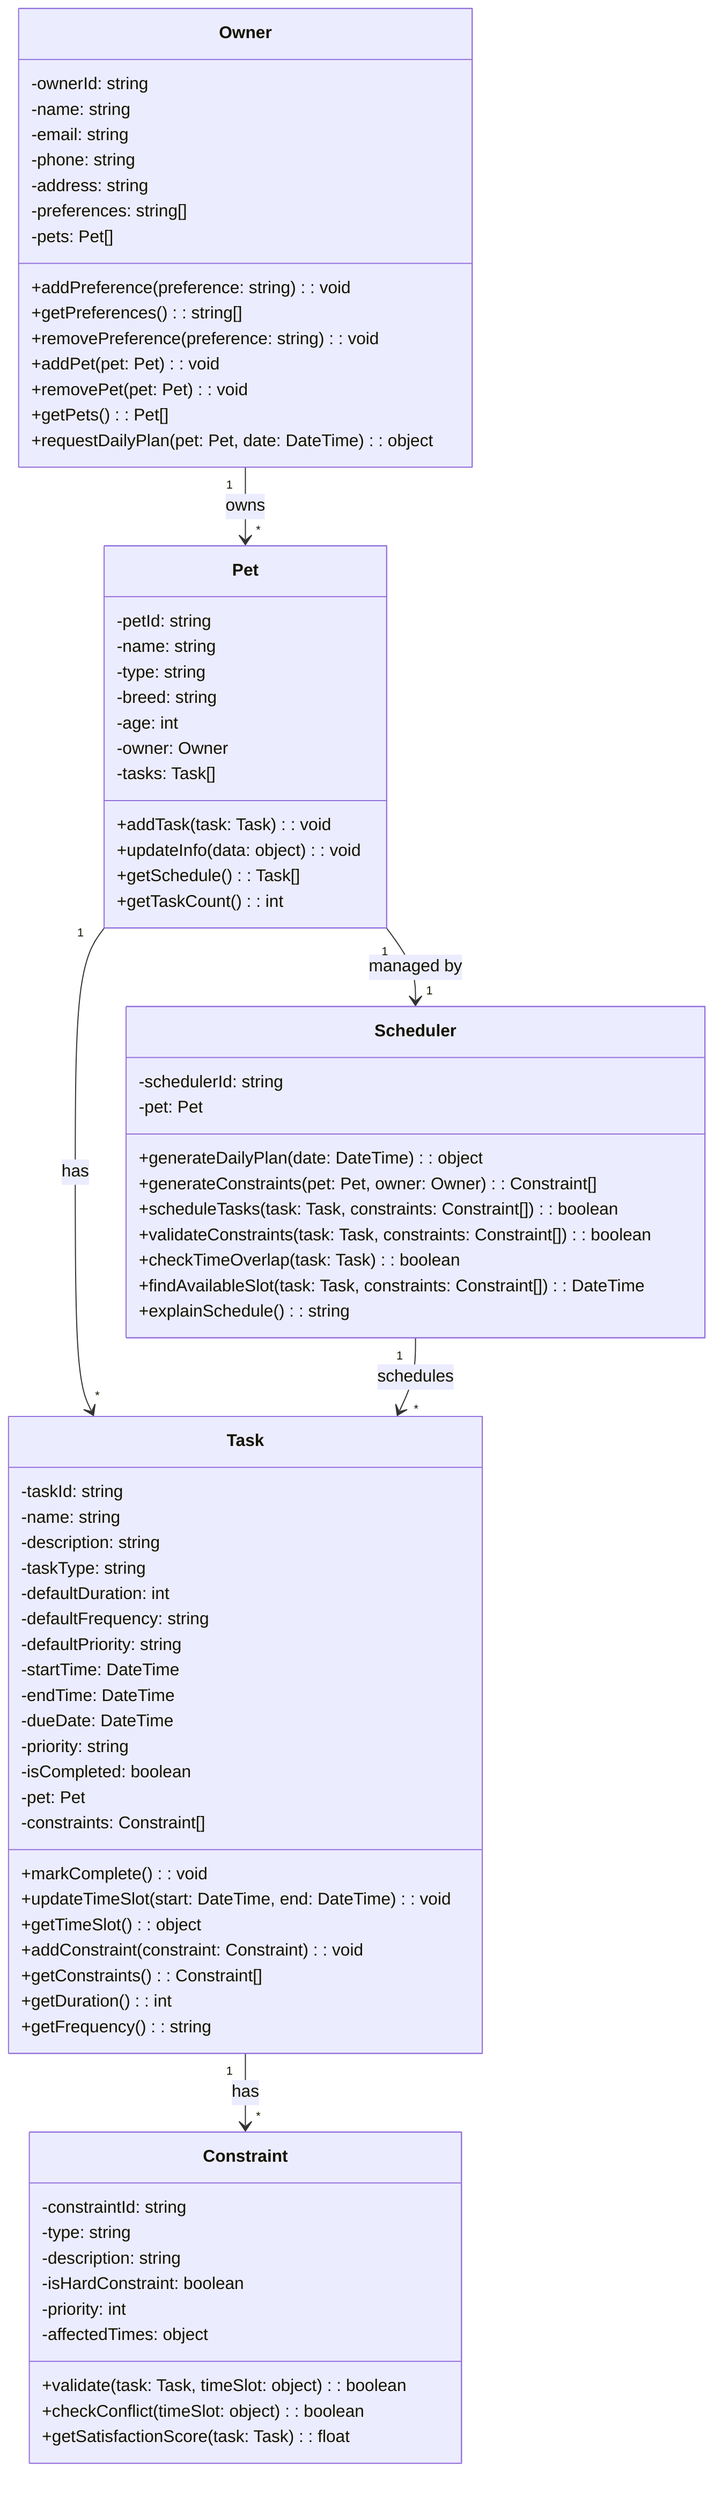
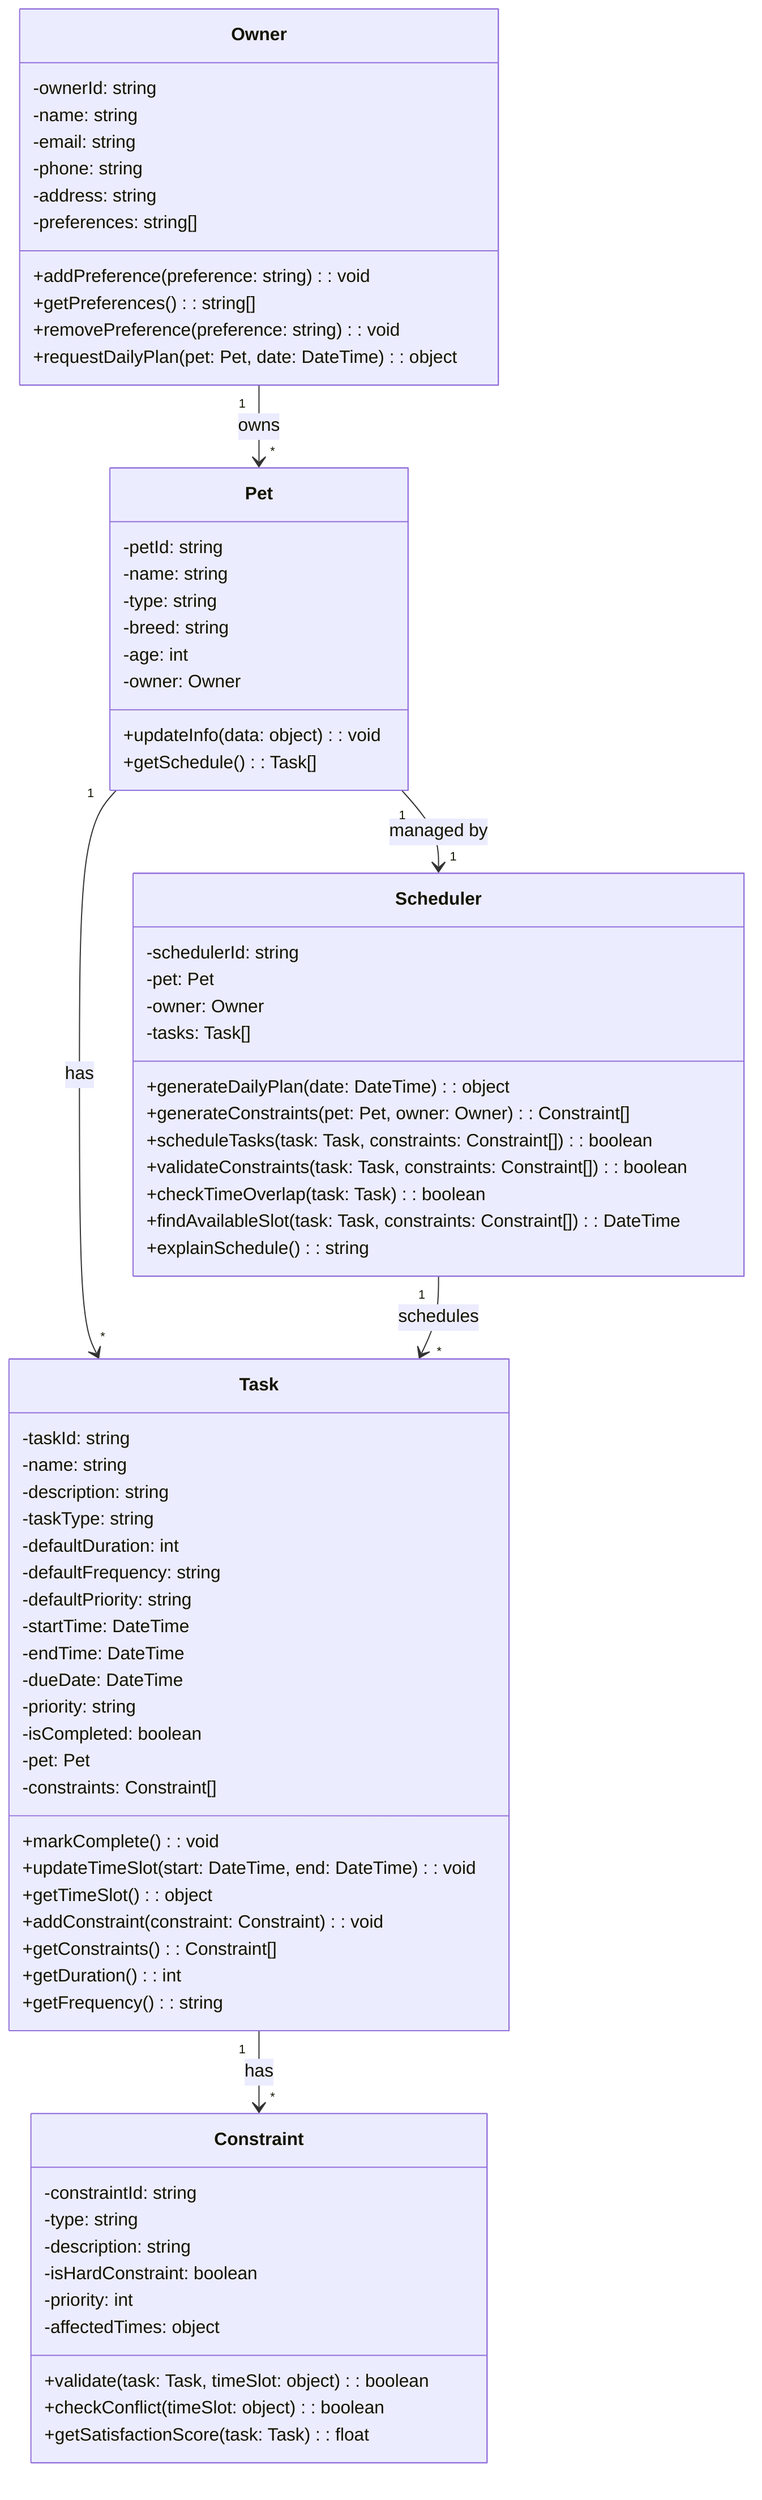
classDiagram
    class Owner {
        -ownerId: string
        -name: string
        -email: string
        -phone: string
        -address: string
        -preferences: string[]
-         -pets: Pet[]
        +addPreference(preference: string): void
        +getPreferences(): string[]
        +removePreference(preference: string): void
-         +addPet(pet: Pet): void
-         +removePet(pet: Pet): void
-         +getPets(): Pet[]
        +requestDailyPlan(pet: Pet, date: DateTime): object
    }

    class Pet {
        -petId: string
        -name: string
        -type: string
        -breed: string
        -age: int
        -owner: Owner
-         -tasks: Task[]
-         +addTask(task: Task): void
        +updateInfo(data: object): void
        +getSchedule(): Task[]
-         +getTaskCount(): int
    }

    class Task {
        -taskId: string
        -name: string
        -description: string
        -taskType: string
        -defaultDuration: int
        -defaultFrequency: string
        -defaultPriority: string
        -startTime: DateTime
        -endTime: DateTime
        -dueDate: DateTime
        -priority: string
        -isCompleted: boolean
        -pet: Pet
        -constraints: Constraint[]
        +markComplete(): void
        +updateTimeSlot(start: DateTime, end: DateTime): void
        +getTimeSlot(): object
        +addConstraint(constraint: Constraint): void
        +getConstraints(): Constraint[]
        +getDuration(): int
        +getFrequency(): string
    }

    class Constraint {
        -constraintId: string
        -type: string
        -description: string
        -isHardConstraint: boolean
        -priority: int
        -affectedTimes: object
        +validate(task: Task, timeSlot: object): boolean
        +checkConflict(timeSlot: object): boolean
        +getSatisfactionScore(task: Task): float
    }

    class Scheduler {
        -schedulerId: string
        -pet: Pet
+         -owner: Owner
+         -tasks: Task[]
        +generateDailyPlan(date: DateTime): object
        +generateConstraints(pet: Pet, owner: Owner): Constraint[]
        +scheduleTasks(task: Task, constraints: Constraint[]): boolean
        +validateConstraints(task: Task, constraints: Constraint[]): boolean
        +checkTimeOverlap(task: Task): boolean
        +findAvailableSlot(task: Task, constraints: Constraint[]): DateTime
        +explainSchedule(): string
    }

    Owner "1" --> "*" Pet : owns
    Pet "1" --> "*" Task : has
    Pet "1" --> "1" Scheduler : managed by
    Task "1" --> "*" Constraint : has
    Scheduler "1" --> "*" Task : schedules
